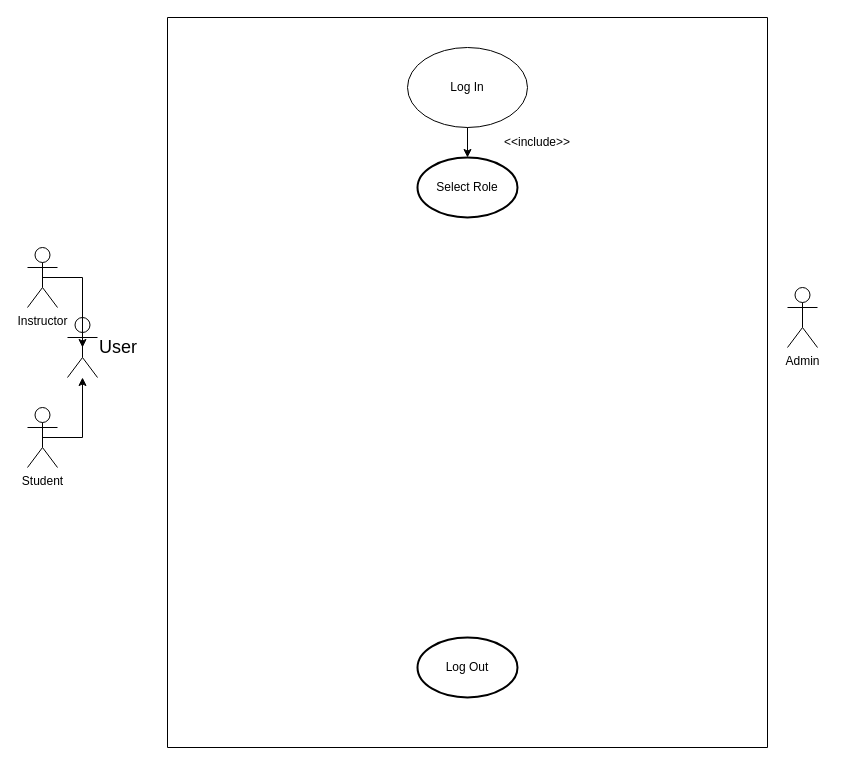
Above: Use Case Diagram.drawio in mnevi/CSE360Project (draw.io), before the change. Source tidied: cells renumbered, new cells numbered last; positions are measured from the earlier drawing's top-left corner, leaving out a move shared by most shapes. Both pictures are drawn from the tidied source at 100%, with x=0, y=0 at pixel (27, 17).
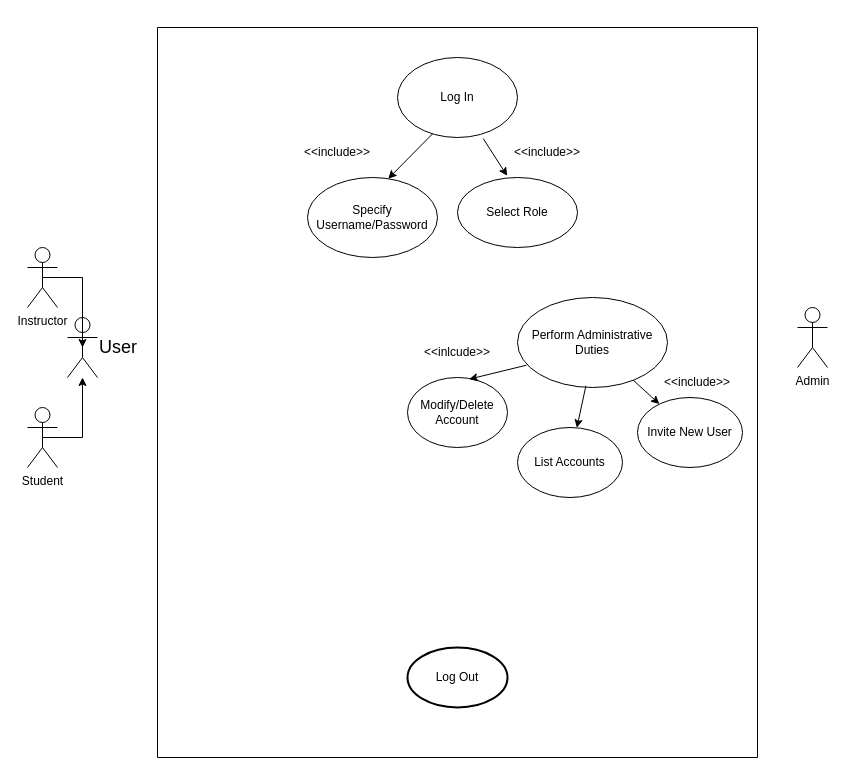
The same diagram, later.

The change refers to these unchanged cells:
```xml
<mxCell id="4" value="Log In" style="ellipse;whiteSpace=wrap;html=1;" parent="2" vertex="1">
  <mxGeometry x="240" y="30" width="120" height="80" as="geometry" />
</mxCell>
```

Change to the diagram source:
```diff
@@
     <mxCell id="2" style="swimlane;startSize=0;" parent="1" vertex="1">
-      <mxGeometry x="140" width="600" height="730" as="geometry" />
+      <mxGeometry x="130" y="10" width="600" height="730" as="geometry" />
     </mxCell>
@@
-    <mxCell id="5" value="Select Role" style="strokeWidth=2;html=1;shape=mxgraph.flowchart.start_1;whiteSpace=wrap;" parent="2" vertex="1">
-      <mxGeometry x="250" y="140" width="100" height="60" as="geometry" />
-    </mxCell>
-    <mxCell id="6" style="endArrow=classic;html=1;rounded=0;entryX=0.5;entryY=0;entryDx=0;entryDy=0;entryPerimeter=0;exitX=0.5;exitY=1;exitDx=0;exitDy=0;" parent="2" edge="1" source="4" target="5">
+    <mxCell id="6" style="endArrow=classic;html=1;rounded=0;exitX=0.714;exitY=1.013;exitDx=0;exitDy=0;entryX=0.414;entryY=-0.024;entryDx=0;entryDy=0;entryPerimeter=0;exitPerimeter=0;" parent="2" edge="1" source="4" target="5">
       <mxGeometry relative="1" as="geometry" />
     </mxCell>
     <mxCell id="7" value="&amp;lt;&amp;lt;include&amp;gt;&amp;gt;" style="text;html=1;align=center;verticalAlign=middle;whiteSpace=wrap;rounded=0;" parent="2" vertex="1">
-      <mxGeometry x="340" y="110" width="60" height="30" as="geometry" />
+      <mxGeometry x="360" y="110" width="60" height="30" as="geometry" />
     </mxCell>
+    <mxCell id="14" value="Specify Username/Password" style="ellipse;whiteSpace=wrap;html=1;" parent="2" vertex="1">
+      <mxGeometry x="150" y="150" width="130" height="80" as="geometry" />
+    </mxCell>
+    <mxCell id="5" value="Select Role" style="ellipse;whiteSpace=wrap;html=1;" parent="2" vertex="1">
+      <mxGeometry x="300" y="150" width="120" height="70" as="geometry" />
+    </mxCell>
+    <mxCell id="15" style="endArrow=classic;html=1;rounded=0;exitX=0.292;exitY=0.954;exitDx=0;exitDy=0;entryX=0.621;entryY=0.015;entryDx=0;entryDy=0;exitPerimeter=0;entryPerimeter=0;" parent="2" edge="1" source="4" target="14">
+      <mxGeometry relative="1" as="geometry" />
+    </mxCell>
+    <mxCell id="16" value="&amp;lt;&amp;lt;include&amp;gt;&amp;gt;" style="text;html=1;align=center;verticalAlign=middle;whiteSpace=wrap;rounded=0;" parent="2" vertex="1">
+      <mxGeometry x="150" y="110" width="60" height="30" as="geometry" />
+    </mxCell>
+    <mxCell id="17" value="Perform Administrative Duties" style="ellipse;whiteSpace=wrap;html=1;" parent="2" vertex="1">
+      <mxGeometry x="360" y="270" width="150" height="90" as="geometry" />
+    </mxCell>
+    <mxCell id="18" value="Modify/Delete Account" style="ellipse;whiteSpace=wrap;html=1;" parent="2" vertex="1">
+      <mxGeometry x="250" y="350" width="100" height="70" as="geometry" />
+    </mxCell>
+    <mxCell id="19" value="List Accounts" style="ellipse;whiteSpace=wrap;html=1;" parent="2" vertex="1">
+      <mxGeometry x="360" y="400" width="105" height="70" as="geometry" />
+    </mxCell>
+    <mxCell id="20" value="Invite New User" style="ellipse;whiteSpace=wrap;html=1;" parent="2" vertex="1">
+      <mxGeometry x="480" y="370" width="105" height="70" as="geometry" />
+    </mxCell>
+    <mxCell id="21" style="endArrow=classic;html=1;rounded=0;exitX=0.06;exitY=0.752;exitDx=0;exitDy=0;exitPerimeter=0;entryX=0.617;entryY=0.024;entryDx=0;entryDy=0;entryPerimeter=0;" parent="2" edge="1" source="17" target="18">
+      <mxGeometry relative="1" as="geometry" />
+    </mxCell>
+    <mxCell id="22" style="endArrow=classic;html=1;rounded=0;exitX=0.456;exitY=0.981;exitDx=0;exitDy=0;exitPerimeter=0;" parent="2" edge="1" source="17" target="19">
+      <mxGeometry relative="1" as="geometry" />
+    </mxCell>
+    <mxCell id="23" style="endArrow=classic;html=1;rounded=0;" parent="2" edge="1" source="17" target="20">
+      <mxGeometry relative="1" as="geometry" />
+    </mxCell>
+    <mxCell id="24" value="&amp;lt;&amp;lt;inlcude&amp;gt;&amp;gt;" style="text;html=1;align=center;verticalAlign=middle;whiteSpace=wrap;rounded=0;" parent="2" vertex="1">
+      <mxGeometry x="270" y="310" width="60" height="30" as="geometry" />
+    </mxCell>
+    <mxCell id="25" value="&amp;lt;&amp;lt;include&amp;gt;&amp;gt;" style="text;html=1;align=center;verticalAlign=middle;whiteSpace=wrap;rounded=0;" parent="2" vertex="1">
+      <mxGeometry x="510" y="340" width="60" height="30" as="geometry" />
+    </mxCell>
     <mxCell id="8" value="Admin" style="shape=umlActor;verticalLabelPosition=bottom;verticalAlign=top;html=1;fontSize=12;" parent="1" vertex="1">
-      <mxGeometry x="760" y="270" width="30" height="60" as="geometry" />
+      <mxGeometry x="770" y="290" width="30" height="60" as="geometry" />
     </mxCell>
```
